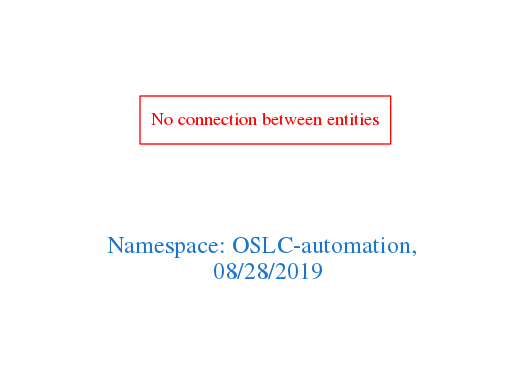
The Graphviz diagram downloads/OSLC-automation.png in arago/OGIT, before a commit. Its source is kept beside it as downloads/OSLC-automation.dot.
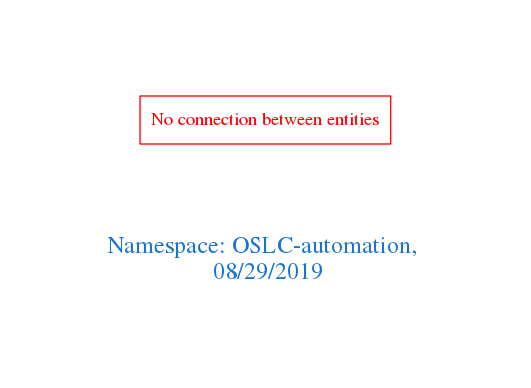
Above is the later version.

Change to the diagram source:
```diff
@@ -1,7 +1,7 @@
 digraph OGIT_ontology {
  graph [ rankdir= LR,pad=1
 fontsize = 18,
-fontcolor= dodgerblue3,label = "\n\n\nNamespace: OSLC-automation, \n 08/28/2019"];
+fontcolor= dodgerblue3,label = "\n\n\nNamespace: OSLC-automation, \n 08/29/2019"];
 node[shape=polygon];
 edge [  color="gray81"];
 
```
